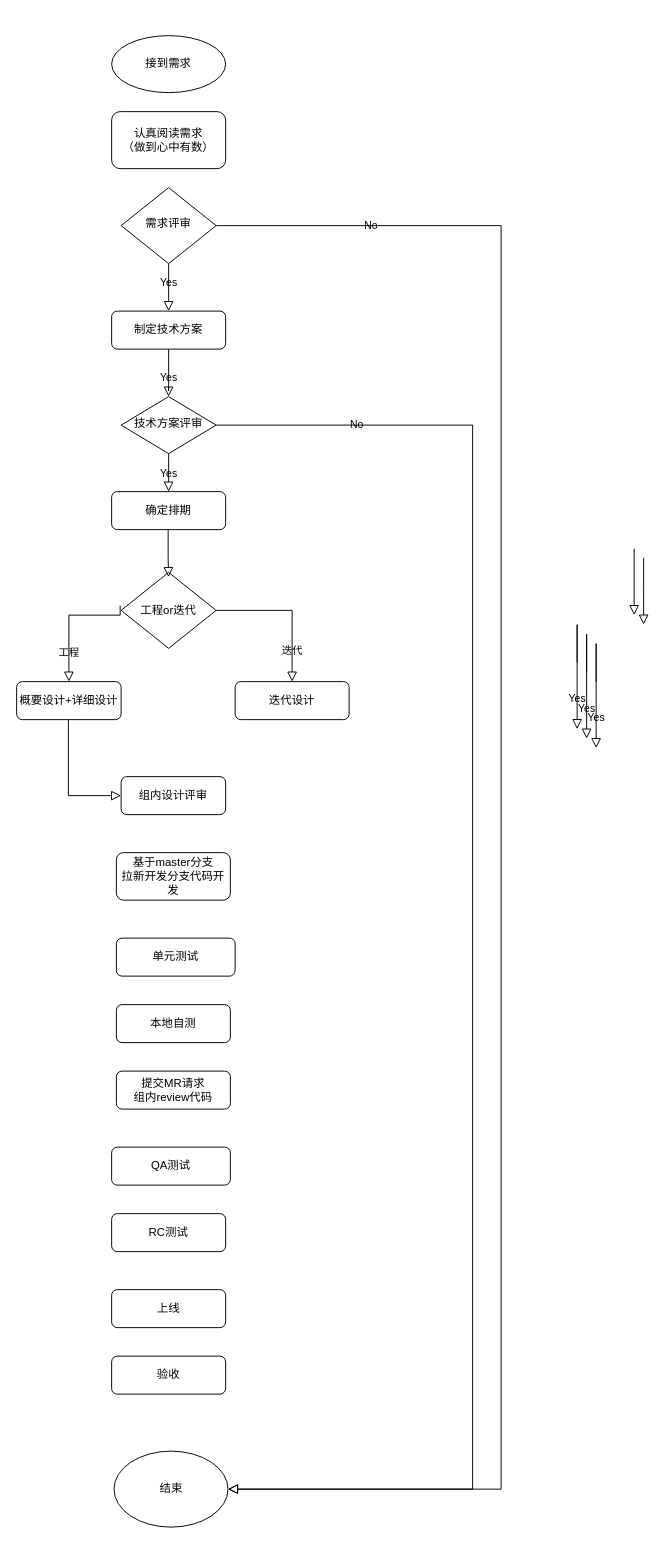
Before: page "需求类" (3 of 3) of 处理问题流程.drawio in cp0802/xueqqiu, a draw.io diagram. Source tidied: cells renumbered, new cells numbered last; positions are measured from the earlier drawing's top-left corner, leaving out a move shared by most shapes. Both pictures are drawn from the tidied source at 95%, with x=0, y=0 at pixel (16, 35).
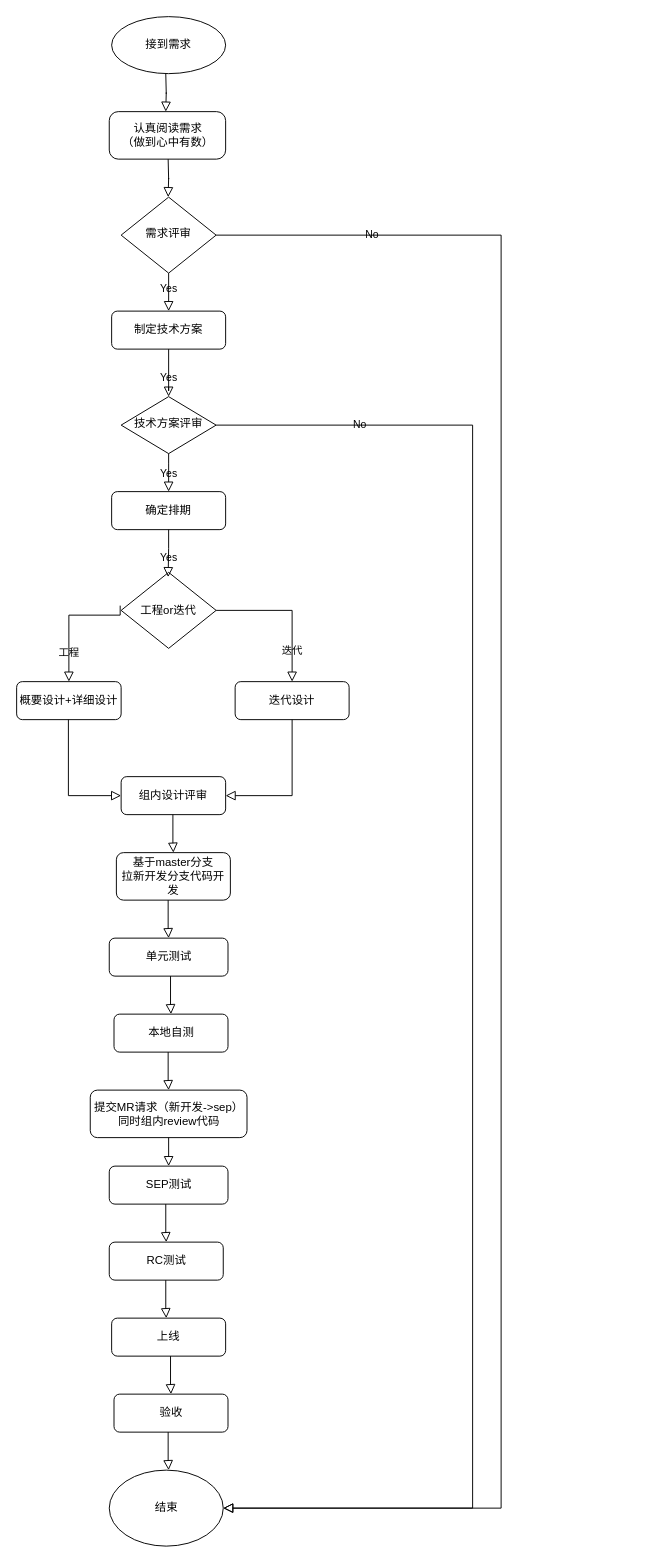
The same diagram, later.

Commit message (it also covers changes not shown here):
Update 处理问题流程.drawio

Unchanged cells that the change refers to:
```xml
<mxCell id="8" value="技术方案评审" style="rhombus;whiteSpace=wrap;html=1;shadow=0;fontFamily=Helvetica;fontSize=12;align=center;strokeWidth=1;spacing=6;spacingTop=-4;" parent="1" vertex="1">
  <mxGeometry x="110" y="380" width="100" height="60" as="geometry" />
</mxCell>
<mxCell id="12" value="确定排期" style="rounded=1;whiteSpace=wrap;html=1;" parent="1" vertex="1">
  <mxGeometry x="100" y="480" width="120" height="40" as="geometry" />
</mxCell>
<mxCell id="15" value="迭代设计" style="rounded=1;whiteSpace=wrap;html=1;" parent="1" vertex="1">
  <mxGeometry x="230" y="680" width="120" height="40" as="geometry" />
</mxCell>
```

What changed in the source:
```diff
@@
     <mxCell id="3" value="No" style="edgeStyle=orthogonalEdgeStyle;rounded=0;html=1;jettySize=auto;fontSize=11;endArrow=block;endFill=0;endSize=8;strokeWidth=1;shadow=0;labelBackgroundColor=none;entryX=1;entryY=0.5;entryDx=0;entryDy=0;" parent="1" edge="1" source="4" target="6">
       <mxGeometry x="-0.83" relative="1" as="geometry">
         <Array as="points">
-          <mxPoint x="510" y="200" />
-          <mxPoint x="510" y="1530" />
+          <mxPoint x="510" y="210" />
+          <mxPoint x="510" y="1550" />
         </Array>
       </mxGeometry>
     </mxCell>
     <mxCell id="4" value="需求评审" style="rhombus;whiteSpace=wrap;html=1;shadow=0;fontFamily=Helvetica;fontSize=12;align=center;strokeWidth=1;spacing=6;spacingTop=-4;" parent="1" vertex="1">
-      <mxGeometry x="110" y="160" width="100" height="80" as="geometry" />
+      <mxGeometry x="110" y="170" width="100" height="80" as="geometry" />
     </mxCell>
     <mxCell id="5" value="接到需求" style="ellipse;whiteSpace=wrap;html=1;" parent="1" vertex="1">
-      <mxGeometry x="100" width="120" height="60" as="geometry" />
+      <mxGeometry x="100" y="-20" width="120" height="60" as="geometry" />
     </mxCell>
     <mxCell id="6" value="结束" style="ellipse;whiteSpace=wrap;html=1;" parent="1" vertex="1">
-      <mxGeometry x="102.5" y="1490" width="120" height="80" as="geometry" />
+      <mxGeometry x="97.5" y="1510" width="120" height="80" as="geometry" />
     </mxCell>
-    <mxCell id="7" value="认真阅读需求&lt;br&gt;（做到心中有数）" style="rounded=1;whiteSpace=wrap;html=1;" parent="1" vertex="1">
-      <mxGeometry x="100" y="80" width="120" height="60" as="geometry" />
+    <mxCell id="7" value="认真阅读需求&lt;br&gt;（做到心中有数）" style="rounded=1;whiteSpace=wrap;html=1;arcSize=19;" parent="1" vertex="1">
+      <mxGeometry x="97.5" y="80" width="122.5" height="50" as="geometry" />
     </mxCell>
@@
     <mxCell id="11" value="No" style="rounded=0;html=1;jettySize=auto;fontSize=11;endArrow=block;endFill=0;endSize=8;strokeWidth=1;shadow=0;labelBackgroundColor=none;edgeStyle=orthogonalEdgeStyle;entryX=1;entryY=0.5;entryDx=0;entryDy=0;exitX=1;exitY=0.5;exitDx=0;exitDy=0;" parent="1" edge="1" source="8" target="6">
       <mxGeometry x="-0.82" relative="1" as="geometry">
         <Array as="points">
           <mxPoint x="480" y="410" />
-          <mxPoint x="480" y="1530" />
+          <mxPoint x="480" y="1550" />
         </Array>
       </mxGeometry>
     </mxCell>
@@
     <mxCell id="18" value="单元测试" style="rounded=1;whiteSpace=wrap;html=1;" parent="1" vertex="1">
-      <mxGeometry x="105" y="950" width="125" height="40" as="geometry" />
+      <mxGeometry x="97.5" y="950" width="125" height="40" as="geometry" />
     </mxCell>
     <mxCell id="19" value="本地自测" style="rounded=1;whiteSpace=wrap;html=1;" parent="1" vertex="1">
-      <mxGeometry x="105" y="1020" width="120" height="40" as="geometry" />
+      <mxGeometry x="102.5" y="1030" width="120" height="40" as="geometry" />
     </mxCell>
-    <mxCell id="20" value="提交MR请求&lt;br&gt;组内review代码" style="rounded=1;whiteSpace=wrap;html=1;" parent="1" vertex="1">
-      <mxGeometry x="105" y="1090" width="120" height="40" as="geometry" />
+    <mxCell id="20" value="提交MR请求（新开发-&amp;gt;sep）&lt;br&gt;同时组内review代码" style="rounded=1;whiteSpace=wrap;html=1;" parent="1" vertex="1">
+      <mxGeometry x="77.5" y="1110" width="165" height="50" as="geometry" />
     </mxCell>
-    <mxCell id="21" value="QA测试" style="rounded=1;whiteSpace=wrap;html=1;" parent="1" vertex="1">
-      <mxGeometry x="100" y="1170" width="125" height="40" as="geometry" />
+    <mxCell id="21" value="SEP测试" style="rounded=1;whiteSpace=wrap;html=1;" parent="1" vertex="1">
+      <mxGeometry x="97.5" y="1190" width="125" height="40" as="geometry" />
     </mxCell>
@@
-    <mxCell id="23" style="rounded=0;html=1;jettySize=auto;orthogonalLoop=1;fontSize=11;endArrow=block;endFill=0;endSize=8;strokeWidth=1;shadow=0;labelBackgroundColor=none;edgeStyle=orthogonalEdgeStyle;" parent="1" edge="1">
-      <mxGeometry x="0.76" y="-14" relative="1" as="geometry">
-        <mxPoint x="159.5" y="520" as="sourcePoint" />
-        <mxPoint x="160" y="570" as="targetPoint" />
-        <Array as="points">
-          <mxPoint x="159.5" y="550" />
-          <mxPoint x="159.5" y="550" />
-        </Array>
-        <mxPoint x="14" y="-14" as="offset" />
-      </mxGeometry>
-    </mxCell>
@@
-    <mxCell id="27" value="Yes" style="rounded=0;html=1;jettySize=auto;orthogonalLoop=1;fontSize=11;endArrow=block;endFill=0;endSize=8;strokeWidth=1;shadow=0;labelBackgroundColor=none;edgeStyle=orthogonalEdgeStyle;" parent="1" edge="1">
-      <mxGeometry x="0.76" y="-14" relative="1" as="geometry">
-        <mxPoint x="590" y="660" as="sourcePoint" />
-        <mxPoint x="590" y="730" as="targetPoint" />
-        <Array as="points">
-          <mxPoint x="590" y="620" />
-          <mxPoint x="590" y="620" />
-        </Array>
-        <mxPoint x="14" y="-14" as="offset" />
-      </mxGeometry>
-    </mxCell>
-    <mxCell id="28" value="Yes" style="rounded=0;html=1;jettySize=auto;orthogonalLoop=1;fontSize=11;endArrow=block;endFill=0;endSize=8;strokeWidth=1;shadow=0;labelBackgroundColor=none;edgeStyle=orthogonalEdgeStyle;" parent="1" edge="1">
-      <mxGeometry x="0.76" y="-14" relative="1" as="geometry">
-        <mxPoint x="600" y="670" as="sourcePoint" />
-        <mxPoint x="600" y="740" as="targetPoint" />
-        <Array as="points">
-          <mxPoint x="600" y="630" />
-          <mxPoint x="600" y="630" />
-        </Array>
-        <mxPoint x="14" y="-14" as="offset" />
-      </mxGeometry>
-    </mxCell>
-    <mxCell id="29" value="Yes" style="rounded=0;html=1;jettySize=auto;orthogonalLoop=1;fontSize=11;endArrow=block;endFill=0;endSize=8;strokeWidth=1;shadow=0;labelBackgroundColor=none;edgeStyle=orthogonalEdgeStyle;" parent="1" edge="1">
-      <mxGeometry x="0.76" y="-14" relative="1" as="geometry">
-        <mxPoint x="610" y="680" as="sourcePoint" />
-        <mxPoint x="610" y="750" as="targetPoint" />
-        <Array as="points">
-          <mxPoint x="610" y="640" />
-          <mxPoint x="610" y="640" />
-        </Array>
-        <mxPoint x="14" y="-14" as="offset" />
-      </mxGeometry>
-    </mxCell>
-    <mxCell id="30" style="rounded=0;html=1;jettySize=auto;orthogonalLoop=1;fontSize=11;endArrow=block;endFill=0;endSize=8;strokeWidth=1;shadow=0;labelBackgroundColor=none;edgeStyle=orthogonalEdgeStyle;" parent="1" edge="1">
+    <mxCell id="30" style="rounded=0;html=1;jettySize=auto;fontSize=11;endArrow=block;endFill=0;endSize=8;strokeWidth=1;shadow=0;labelBackgroundColor=none;edgeStyle=orthogonalEdgeStyle;exitX=0.5;exitY=1;exitDx=0;exitDy=0;" parent="1" edge="1" source="15">
       <mxGeometry x="0.76" y="-14" relative="1" as="geometry">
-        <mxPoint x="650" y="540" as="sourcePoint" />
-        <mxPoint x="650" y="610" as="targetPoint" />
+        <mxPoint x="220" y="800" as="targetPoint" />
         <Array as="points">
-          <mxPoint x="650" y="570" />
-          <mxPoint x="650" y="570" />
+          <mxPoint x="290" y="800" />
         </Array>
         <mxPoint x="14" y="-14" as="offset" />
       </mxGeometry>
     </mxCell>
-    <mxCell id="31" style="rounded=0;html=1;jettySize=auto;orthogonalLoop=1;fontSize=11;endArrow=block;endFill=0;endSize=8;strokeWidth=1;shadow=0;labelBackgroundColor=none;edgeStyle=orthogonalEdgeStyle;" parent="1" edge="1">
-      <mxGeometry x="0.76" y="-14" relative="1" as="geometry">
-        <mxPoint x="660" y="550" as="sourcePoint" />
-        <mxPoint x="660" y="620" as="targetPoint" />
-        <Array as="points">
-          <mxPoint x="660" y="580" />
-          <mxPoint x="660" y="580" />
-        </Array>
-        <mxPoint x="14" y="-14" as="offset" />
-      </mxGeometry>
-    </mxCell>
     <mxCell id="32" value="RC测试" style="rounded=1;whiteSpace=wrap;html=1;" parent="1" vertex="1">
-      <mxGeometry x="100" y="1240" width="120" height="40" as="geometry" />
+      <mxGeometry x="97.5" y="1270" width="120" height="40" as="geometry" />
     </mxCell>
     <mxCell id="33" value="上线" style="rounded=1;whiteSpace=wrap;html=1;" parent="1" vertex="1">
-      <mxGeometry x="100" y="1320" width="120" height="40" as="geometry" />
+      <mxGeometry x="100" y="1350" width="120" height="40" as="geometry" />
     </mxCell>
     <mxCell id="34" value="验收" style="rounded=1;whiteSpace=wrap;html=1;" parent="1" vertex="1">
-      <mxGeometry x="100" y="1390" width="120" height="40" as="geometry" />
+      <mxGeometry x="102.5" y="1430" width="120" height="40" as="geometry" />
     </mxCell>
+    <mxCell id="35" style="rounded=0;html=1;jettySize=auto;orthogonalLoop=1;fontSize=11;endArrow=block;endFill=0;endSize=8;strokeWidth=1;shadow=0;labelBackgroundColor=none;edgeStyle=orthogonalEdgeStyle;" parent="1" edge="1">
+      <mxGeometry x="0.76" y="-14" relative="1" as="geometry">
+        <mxPoint x="164.5" y="820" as="sourcePoint" />
+        <mxPoint x="165" y="860" as="targetPoint" />
+        <Array as="points">
+          <mxPoint x="164.5" y="850" />
+          <mxPoint x="164.5" y="850" />
+        </Array>
+        <mxPoint x="14" y="-14" as="offset" />
+      </mxGeometry>
+    </mxCell>
+    <mxCell id="36" style="rounded=0;html=1;jettySize=auto;orthogonalLoop=1;fontSize=11;endArrow=block;endFill=0;endSize=8;strokeWidth=1;shadow=0;labelBackgroundColor=none;edgeStyle=orthogonalEdgeStyle;" parent="1" edge="1">
+      <mxGeometry x="0.76" y="-14" relative="1" as="geometry">
+        <mxPoint x="159.5" y="910" as="sourcePoint" />
+        <mxPoint x="160" y="950" as="targetPoint" />
+        <Array as="points">
+          <mxPoint x="159.5" y="940" />
+          <mxPoint x="159.5" y="940" />
+        </Array>
+        <mxPoint x="14" y="-14" as="offset" />
+      </mxGeometry>
+    </mxCell>
+    <mxCell id="37" style="rounded=0;html=1;jettySize=auto;orthogonalLoop=1;fontSize=11;endArrow=block;endFill=0;endSize=8;strokeWidth=1;shadow=0;labelBackgroundColor=none;edgeStyle=orthogonalEdgeStyle;" parent="1" edge="1">
+      <mxGeometry x="0.76" y="-14" relative="1" as="geometry">
+        <mxPoint x="162" y="990" as="sourcePoint" />
+        <mxPoint x="162.5" y="1030" as="targetPoint" />
+        <Array as="points">
+          <mxPoint x="162" y="1020" />
+          <mxPoint x="162" y="1020" />
+        </Array>
+        <mxPoint x="14" y="-14" as="offset" />
+      </mxGeometry>
+    </mxCell>
+    <mxCell id="38" style="rounded=0;html=1;jettySize=auto;orthogonalLoop=1;fontSize=11;endArrow=block;endFill=0;endSize=8;strokeWidth=1;shadow=0;labelBackgroundColor=none;edgeStyle=orthogonalEdgeStyle;" parent="1" edge="1">
+      <mxGeometry x="0.76" y="-14" relative="1" as="geometry">
+        <mxPoint x="159.5" y="1070" as="sourcePoint" />
+        <mxPoint x="160" y="1110" as="targetPoint" />
+        <Array as="points">
+          <mxPoint x="159.5" y="1100" />
+          <mxPoint x="159.5" y="1100" />
+        </Array>
+        <mxPoint x="14" y="-14" as="offset" />
+      </mxGeometry>
+    </mxCell>
+    <mxCell id="39" style="rounded=0;html=1;jettySize=auto;orthogonalLoop=1;fontSize=11;endArrow=block;endFill=0;endSize=8;strokeWidth=1;shadow=0;labelBackgroundColor=none;edgeStyle=orthogonalEdgeStyle;" parent="1" edge="1">
+      <mxGeometry x="0.76" y="-14" relative="1" as="geometry">
+        <mxPoint x="159.5" y="1160" as="sourcePoint" />
+        <mxPoint x="160" y="1190" as="targetPoint" />
+        <Array as="points">
+          <mxPoint x="159.5" y="1190" />
+          <mxPoint x="159.5" y="1190" />
+        </Array>
+        <mxPoint x="14" y="-14" as="offset" />
+      </mxGeometry>
+    </mxCell>
+    <mxCell id="40" style="rounded=0;html=1;jettySize=auto;orthogonalLoop=1;fontSize=11;endArrow=block;endFill=0;endSize=8;strokeWidth=1;shadow=0;labelBackgroundColor=none;edgeStyle=orthogonalEdgeStyle;" parent="1" edge="1">
+      <mxGeometry x="0.76" y="-14" relative="1" as="geometry">
+        <mxPoint x="157" y="1230" as="sourcePoint" />
+        <mxPoint x="157.5" y="1270" as="targetPoint" />
+        <Array as="points">
+          <mxPoint x="157" y="1260" />
+          <mxPoint x="157" y="1260" />
+        </Array>
+        <mxPoint x="14" y="-14" as="offset" />
+      </mxGeometry>
+    </mxCell>
+    <mxCell id="41" style="rounded=0;html=1;jettySize=auto;orthogonalLoop=1;fontSize=11;endArrow=block;endFill=0;endSize=8;strokeWidth=1;shadow=0;labelBackgroundColor=none;edgeStyle=orthogonalEdgeStyle;" parent="1" edge="1">
+      <mxGeometry x="0.76" y="-14" relative="1" as="geometry">
+        <mxPoint x="157" y="1310" as="sourcePoint" />
+        <mxPoint x="157.5" y="1350" as="targetPoint" />
+        <Array as="points">
+          <mxPoint x="157" y="1340" />
+          <mxPoint x="157" y="1340" />
+        </Array>
+        <mxPoint x="14" y="-14" as="offset" />
+      </mxGeometry>
+    </mxCell>
+    <mxCell id="42" style="rounded=0;html=1;jettySize=auto;orthogonalLoop=1;fontSize=11;endArrow=block;endFill=0;endSize=8;strokeWidth=1;shadow=0;labelBackgroundColor=none;edgeStyle=orthogonalEdgeStyle;" parent="1" edge="1">
+      <mxGeometry x="0.76" y="-14" relative="1" as="geometry">
+        <mxPoint x="162" y="1390" as="sourcePoint" />
+        <mxPoint x="162.5" y="1430" as="targetPoint" />
+        <Array as="points">
+          <mxPoint x="162" y="1420" />
+          <mxPoint x="162" y="1420" />
+        </Array>
+        <mxPoint x="14" y="-14" as="offset" />
+      </mxGeometry>
+    </mxCell>
+    <mxCell id="43" style="rounded=0;html=1;jettySize=auto;orthogonalLoop=1;fontSize=11;endArrow=block;endFill=0;endSize=8;strokeWidth=1;shadow=0;labelBackgroundColor=none;edgeStyle=orthogonalEdgeStyle;" parent="1" edge="1">
+      <mxGeometry x="0.76" y="-14" relative="1" as="geometry">
+        <mxPoint x="159.5" y="1470" as="sourcePoint" />
+        <mxPoint x="160" y="1510" as="targetPoint" />
+        <Array as="points">
+          <mxPoint x="159.5" y="1500" />
+          <mxPoint x="159.5" y="1500" />
+        </Array>
+        <mxPoint x="14" y="-14" as="offset" />
+      </mxGeometry>
+    </mxCell>
+    <mxCell id="44" value="Yes" style="rounded=0;html=1;jettySize=auto;fontSize=11;endArrow=block;endFill=0;endSize=8;strokeWidth=1;shadow=0;labelBackgroundColor=none;edgeStyle=orthogonalEdgeStyle;exitX=0.5;exitY=1;exitDx=0;exitDy=0;entryX=0.5;entryY=0;entryDx=0;entryDy=0;" parent="1" edge="1" source="12">
+      <mxGeometry x="0.76" y="-14" relative="1" as="geometry">
+        <mxPoint x="159.5" y="570" as="targetPoint" />
+        <Array as="points">
+          <mxPoint x="160" y="540" />
+        </Array>
+        <mxPoint x="14" y="-14" as="offset" />
+      </mxGeometry>
+    </mxCell>
+    <mxCell id="45" style="rounded=0;html=1;jettySize=auto;orthogonalLoop=1;fontSize=11;endArrow=block;endFill=0;endSize=8;strokeWidth=1;shadow=0;labelBackgroundColor=none;edgeStyle=orthogonalEdgeStyle;" parent="1" edge="1">
+      <mxGeometry x="1" y="174" relative="1" as="geometry">
+        <mxPoint x="157" y="40" as="sourcePoint" />
+        <mxPoint x="157" y="80" as="targetPoint" />
+        <mxPoint x="-1" y="20" as="offset" />
+      </mxGeometry>
+    </mxCell>
+    <mxCell id="46" style="rounded=0;html=1;jettySize=auto;orthogonalLoop=1;fontSize=11;endArrow=block;endFill=0;endSize=8;strokeWidth=1;shadow=0;labelBackgroundColor=none;edgeStyle=orthogonalEdgeStyle;" parent="1" edge="1">
+      <mxGeometry x="1" y="174" relative="1" as="geometry">
+        <mxPoint x="159.5" y="130" as="sourcePoint" />
+        <mxPoint x="159.5" y="170" as="targetPoint" />
+        <mxPoint x="-1" y="20" as="offset" />
+      </mxGeometry>
+    </mxCell>
```
